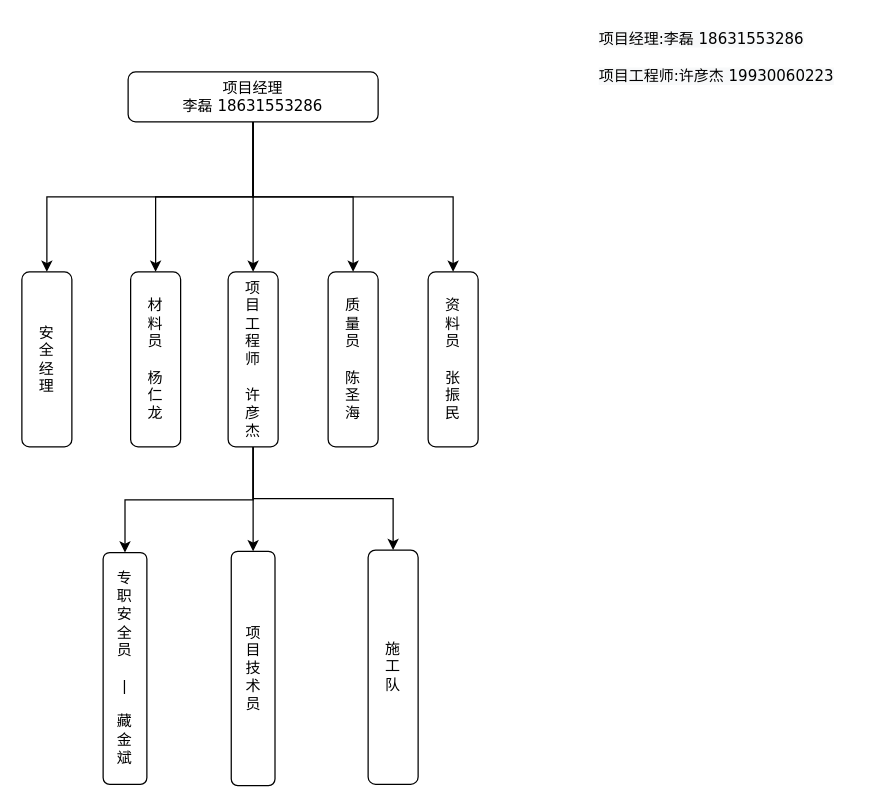
xiansheng888/HelloWorld keeps this draw.io diagram as Untitled Diagram.drawio. Above is the earlier version. Source tidied: cells renumbered, new cells numbered last; positions are measured from the earlier drawing's top-left corner, leaving out a move shared by most shapes. Both pictures are drawn from the tidied source at 125%, with x=0, y=0 at pixel (21, 21).
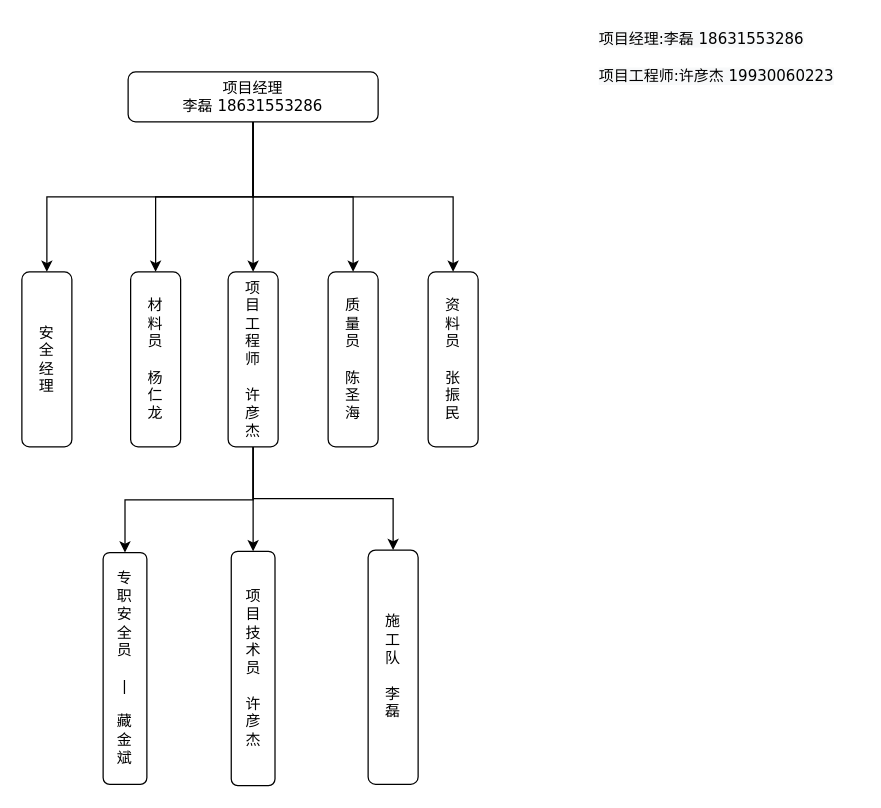
Above is the later version.

Diff of the diagram source:
```diff
@@
-    <mxCell id="15" value="施&lt;br&gt;工&lt;br&gt;队" style="whiteSpace=wrap;html=1;rounded=1;" parent="1" vertex="1">
+    <mxCell id="15" value="施&lt;br&gt;工&lt;br&gt;队&lt;br&gt;&lt;br&gt;李&lt;br&gt;磊" style="whiteSpace=wrap;html=1;rounded=1;" parent="1" vertex="1">
       <mxGeometry x="277" y="422.5" width="40" height="187.5" as="geometry" />
     </mxCell>
@@
-    <mxCell id="17" value="项&lt;br&gt;目&lt;br&gt;技&lt;br&gt;术&lt;br&gt;员" style="whiteSpace=wrap;html=1;rounded=1;" parent="1" vertex="1">
+    <mxCell id="17" value="项&lt;br&gt;目&lt;br&gt;技&lt;br&gt;术&lt;br&gt;员&lt;br&gt;&lt;br&gt;许&lt;br&gt;彦&lt;br&gt;杰" style="whiteSpace=wrap;html=1;rounded=1;" parent="1" vertex="1">
       <mxGeometry x="167.5" y="423.5" width="35" height="187.5" as="geometry" />
     </mxCell>
```
